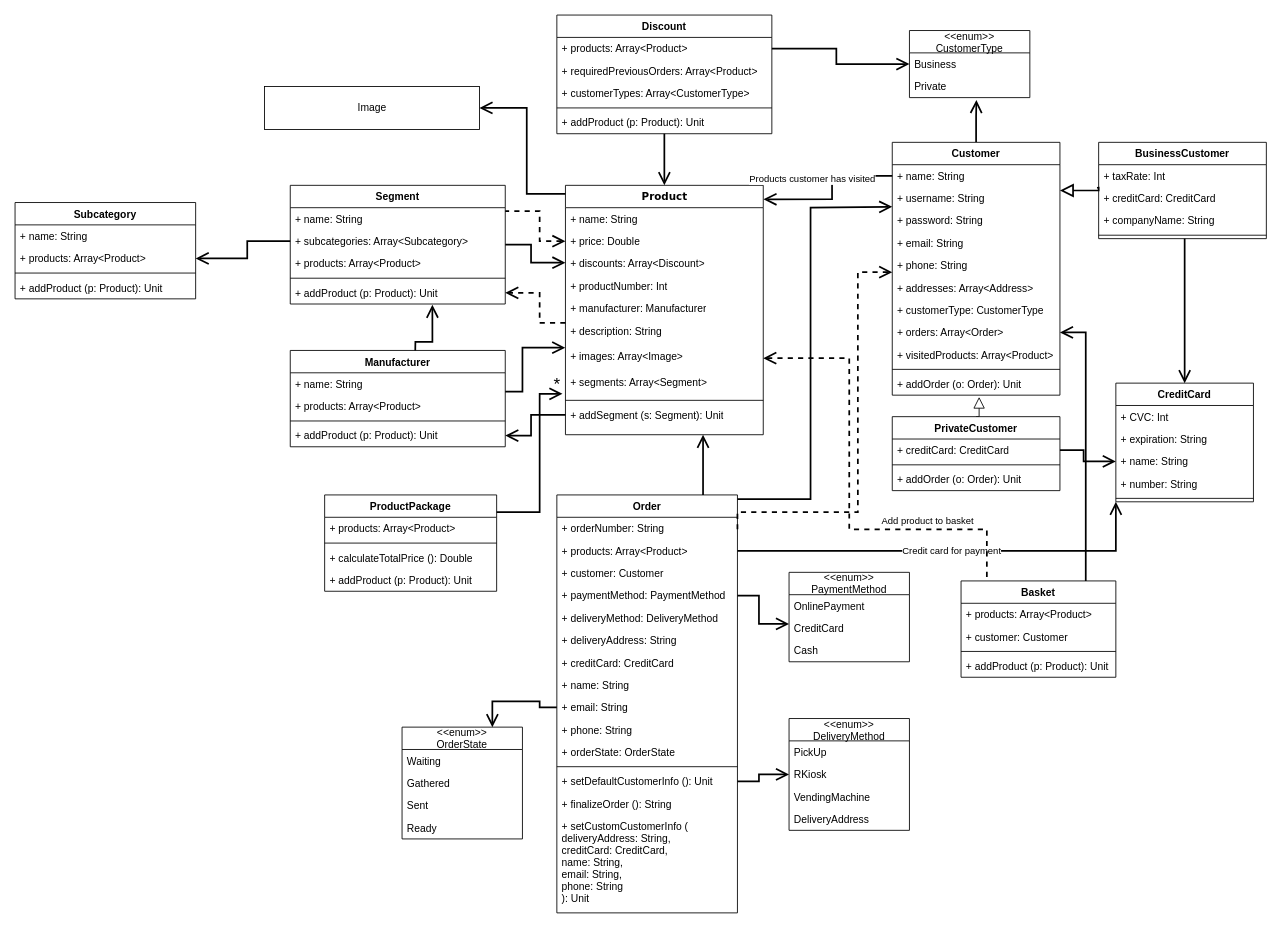
Before: UMLFinal.drawio in olliglorioso/datasets, a draw.io diagram. Source tidied: cells renumbered, new cells numbered last; positions are measured from the earlier drawing's top-left corner, leaving out a move shared by most shapes. Both pictures are drawn from the tidied source at 86%, with x=0, y=0 at pixel (15, 15).
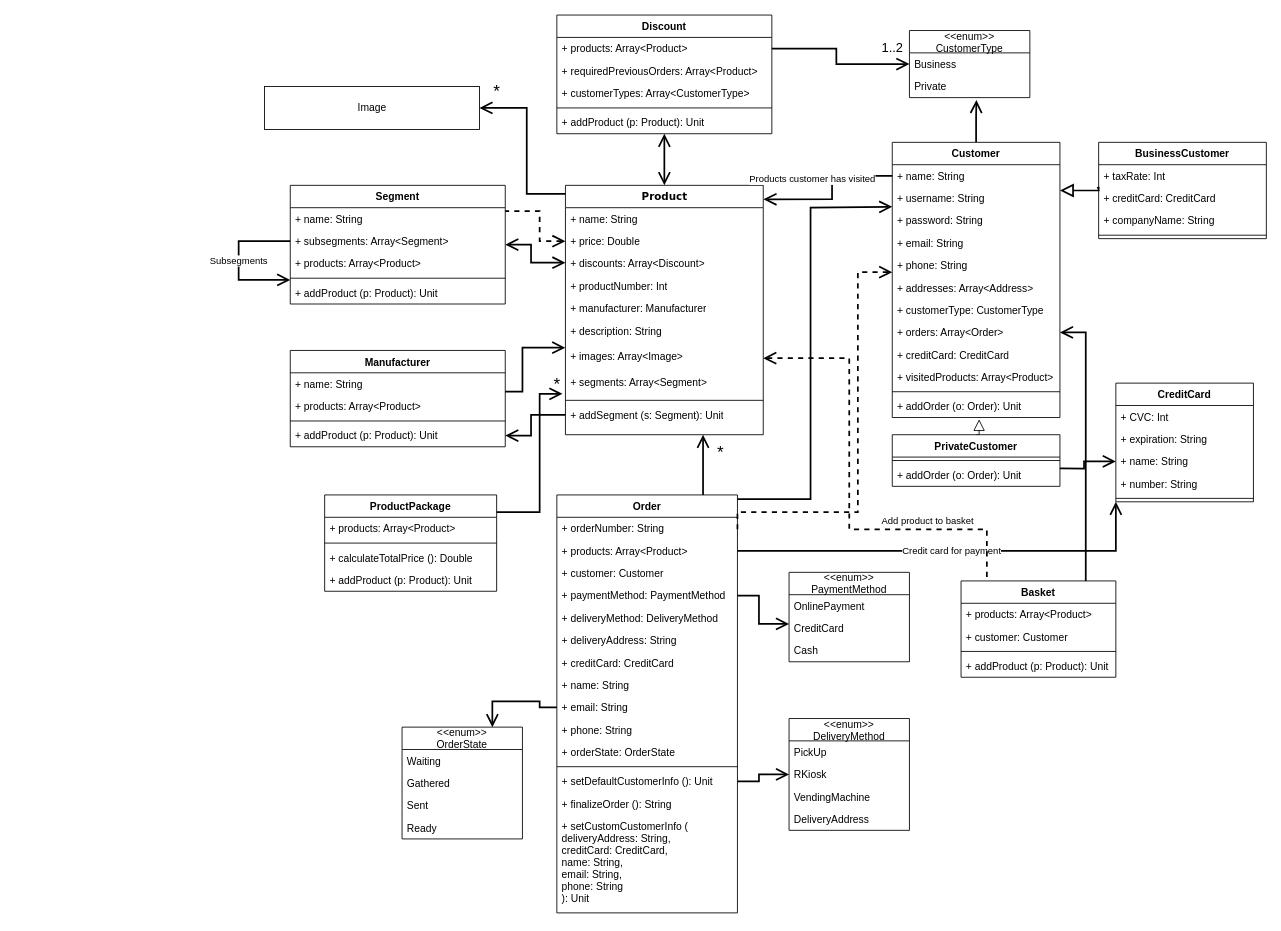
Above is the later version.

Unchanged cells that the change refers to:
```xml
<mxCell id="3" value="Product" style="swimlane;html=1;fontStyle=1;align=center;verticalAlign=top;horizontal=1;startSize=26;swimlaneFillColor=#ffffff;rounded=0;shadow=0;comic=0;labelBackgroundColor=none;strokeWidth=1;fillColor=none;fontFamily=Verdana;fontSize=12;" parent="1" vertex="1">
  <mxGeometry x="640" y="198" width="230" height="290" as="geometry" />
</mxCell>
<mxCell id="9" value="+ description: String" style="text;html=1;strokeColor=none;fillColor=none;align=left;verticalAlign=top;spacingLeft=4;spacingRight=4;whiteSpace=wrap;overflow=hidden;points=[[0,0.5],[1,0.5]];portConstraint=eastwest;" parent="3" vertex="1">
  <mxGeometry y="156" width="230" height="30" as="geometry" />
</mxCell>
<mxCell id="15" value="Order" style="swimlane;fontStyle=1;align=center;verticalAlign=top;horizontal=1;startSize=26;" parent="1" vertex="1">
  <mxGeometry x="630" y="558" width="210" height="486" as="geometry" />
</mxCell>
<mxCell id="47" value="Segment" style="swimlane;fontStyle=1;align=center;verticalAlign=top;horizontal=1;startSize=26;" parent="1" vertex="1">
  <mxGeometry x="320" y="198" width="250" height="138" as="geometry" />
</mxCell>
<mxCell id="52" value="+ addProduct (p: Product): Unit" style="text;strokeColor=none;fillColor=none;align=left;verticalAlign=top;spacingLeft=4;spacingRight=4;overflow=hidden;points=[[0,0.5],[1,0.5]];portConstraint=eastwest;" parent="47" vertex="1">
  <mxGeometry y="112" width="250" height="26" as="geometry" />
</mxCell>
<mxCell id="73" value="BusinessCustomer" style="swimlane;fontStyle=1;align=center;verticalAlign=top;horizontal=1;startSize=26;" parent="1" vertex="1">
  <mxGeometry x="1260" y="148" width="195" height="112" as="geometry" />
</mxCell>
<mxCell id="80" value="Discount" style="swimlane;fontStyle=1;align=center;verticalAlign=top;horizontal=1;startSize=26;" parent="1" vertex="1">
  <mxGeometry x="630" width="250" height="138" as="geometry" />
</mxCell>
<mxCell id="81" value="+ products: Array&lt;Product&gt;" style="text;strokeColor=none;fillColor=none;align=left;verticalAlign=top;spacingLeft=4;spacingRight=4;overflow=hidden;points=[[0,0.5],[1,0.5]];portConstraint=eastwest;" parent="80" vertex="1">
  <mxGeometry y="26" width="250" height="26" as="geometry" />
</mxCell>
<mxCell id="87" value="Business" style="text;strokeColor=none;fillColor=none;align=left;verticalAlign=top;spacingLeft=4;spacingRight=4;overflow=hidden;points=[[0,0.5],[1,0.5]];portConstraint=eastwest;" parent="86" vertex="1">
  <mxGeometry y="26" width="140" height="26" as="geometry" />
</mxCell>
<mxCell id="104" value="CreditCard" style="swimlane;fontStyle=1;align=center;verticalAlign=top;horizontal=1;startSize=26;" parent="1" vertex="1">
  <mxGeometry x="1280" y="428" width="160" height="138" as="geometry" />
</mxCell>
<mxCell id="107" value="+ name: String" style="text;strokeColor=none;fillColor=none;align=left;verticalAlign=top;spacingLeft=4;spacingRight=4;overflow=hidden;points=[[0,0.5],[1,0.5]];portConstraint=eastwest;" parent="104" vertex="1">
  <mxGeometry y="78" width="160" height="26" as="geometry" />
</mxCell>
<mxCell id="110" value="Image" style="html=1;" parent="1" vertex="1">
  <mxGeometry x="290" y="83" width="250" height="50" as="geometry" />
</mxCell>
```

Change to the diagram source:
```diff
@@
-    <mxCell id="2" style="edgeStyle=orthogonalEdgeStyle;rounded=0;jettySize=auto;html=1;entryX=1;entryY=0.5;entryDx=0;entryDy=0;strokeWidth=2;endArrow=open;endFill=0;startSize=11;endSize=11;" parent="1" edge="1" source="3" target="110">
-      <mxGeometry relative="1" as="geometry">
+    <mxCell id="2" value="*" style="edgeStyle=orthogonalEdgeStyle;rounded=0;jettySize=auto;html=1;entryX=1;entryY=0.5;entryDx=0;entryDy=0;strokeWidth=2;endArrow=open;endFill=0;startSize=11;endSize=11;fontSize=20;" parent="1" edge="1" source="3" target="110">
+      <mxGeometry x="0.8" y="-20" relative="1" as="geometry">
         <Array as="points">
           <mxPoint x="595" y="208" />
           <mxPoint x="595" y="108" />
         </Array>
       </mxGeometry>
     </mxCell>
@@
-    <mxCell id="14" style="edgeStyle=orthogonalEdgeStyle;rounded=0;jettySize=auto;html=1;startArrow=none;startFill=0;endArrow=open;endFill=0;endSize=11;startSize=11;strokeWidth=2;" parent="1" edge="1" source="15">
-      <mxGeometry relative="1" as="geometry">
+    <mxCell id="14" value="*" style="edgeStyle=orthogonalEdgeStyle;rounded=0;jettySize=auto;html=1;startArrow=none;startFill=0;endArrow=open;endFill=0;endSize=11;startSize=11;strokeWidth=2;fontSize=20;" parent="1" edge="1" source="15">
+      <mxGeometry x="0.43" y="-20" relative="1" as="geometry">
         <mxPoint x="800" y="488" as="targetPoint" />
         <Array as="points">
           <mxPoint x="800" y="538" />
           <mxPoint x="800" y="538" />
         </Array>
       </mxGeometry>
     </mxCell>
@@
     <mxCell id="32" value="Customer" style="swimlane;fontStyle=1;align=center;verticalAlign=top;horizontal=1;startSize=26;" parent="1" vertex="1">
-      <mxGeometry x="1020" y="148" width="195" height="294" as="geometry" />
+      <mxGeometry x="1020" y="148" width="195" height="320" as="geometry" />
     </mxCell>
@@
+    <mxCell id="69" value="+ creditCard: CreditCard" style="text;html=1;strokeColor=none;fillColor=none;align=left;verticalAlign=top;spacingLeft=4;spacingRight=4;whiteSpace=wrap;overflow=hidden;points=[[0,0.5],[1,0.5]];portConstraint=eastwest;" parent="32" vertex="1">
+      <mxGeometry y="234" width="195" height="26" as="geometry" />
+    </mxCell>
     <mxCell id="41" value="+ visitedProducts: Array&amp;lt;Product&amp;gt;" style="text;html=1;strokeColor=none;fillColor=none;align=left;verticalAlign=top;spacingLeft=4;spacingRight=4;whiteSpace=wrap;overflow=hidden;" parent="32" vertex="1">
-      <mxGeometry y="234" width="195" height="26" as="geometry" />
+      <mxGeometry y="260" width="195" height="26" as="geometry" />
     </mxCell>
     <mxCell id="42" style="line;strokeWidth=1;fillColor=none;align=left;verticalAlign=middle;spacingTop=-1;spacingLeft=3;spacingRight=3;labelPosition=right;strokeColor=inherit;" parent="32" vertex="1">
-      <mxGeometry y="260" width="195" height="8" as="geometry" />
+      <mxGeometry y="286" width="195" height="8" as="geometry" />
     </mxCell>
     <mxCell id="43" value="+ addOrder (o: Order): Unit" style="text;strokeColor=none;fillColor=none;align=left;verticalAlign=top;spacingLeft=4;spacingRight=4;overflow=hidden;points=[[0,0.5],[1,0.5]];portConstraint=eastwest;" parent="32" vertex="1">
-      <mxGeometry y="268" width="195" height="26" as="geometry" />
+      <mxGeometry y="294" width="195" height="26" as="geometry" />
     </mxCell>
@@
-    <mxCell id="45" style="edgeStyle=orthogonalEdgeStyle;rounded=0;jettySize=auto;html=1;strokeWidth=2;startArrow=none;startFill=0;endArrow=open;endFill=0;startSize=11;endSize=11;entryX=0.661;entryY=1.029;entryDx=0;entryDy=0;entryPerimeter=0;" parent="1" edge="1" target="52">
-      <mxGeometry relative="1" as="geometry">
-        <mxPoint x="465" y="414" as="sourcePoint" />
-      </mxGeometry>
-    </mxCell>
-    <mxCell id="46" style="edgeStyle=orthogonalEdgeStyle;rounded=0;jettySize=auto;html=1;startArrow=none;startFill=0;endArrow=open;endFill=0;endSize=11;startSize=11;strokeWidth=2;" parent="1" edge="1" source="47">
+    <mxCell id="46" style="edgeStyle=orthogonalEdgeStyle;rounded=0;jettySize=auto;html=1;startArrow=open;startFill=0;endArrow=open;endFill=0;endSize=11;startSize=11;strokeWidth=2;" parent="1" edge="1" source="47">
       <mxGeometry relative="1" as="geometry">
         <mxPoint x="640" y="288" as="targetPoint" />
         <Array as="points">
           <mxPoint x="600" y="267" />
           <mxPoint x="600" y="288" />
           <mxPoint x="640" y="288" />
         </Array>
       </mxGeometry>
     </mxCell>
@@
-    <mxCell id="49" value="+ subcategories: Array&lt;Subcategory&gt;" style="text;strokeColor=none;fillColor=none;align=left;verticalAlign=top;spacingLeft=4;spacingRight=4;overflow=hidden;points=[[0,0.5],[1,0.5]];portConstraint=eastwest;" parent="47" vertex="1">
+    <mxCell id="49" value="+ subsegments: Array&lt;Segment&gt;" style="text;strokeColor=none;fillColor=none;align=left;verticalAlign=top;spacingLeft=4;spacingRight=4;overflow=hidden;points=[[0,0.5],[1,0.5]];portConstraint=eastwest;" parent="47" vertex="1">
       <mxGeometry y="52" width="250" height="26" as="geometry" />
     </mxCell>
@@
-    <mxCell id="53" style="edgeStyle=orthogonalEdgeStyle;rounded=0;jettySize=auto;html=1;dashed=1;startArrow=none;startFill=0;endArrow=open;endFill=0;endSize=11;startSize=11;strokeWidth=2;" parent="1" edge="1" source="9">
-      <mxGeometry relative="1" as="geometry">
-        <mxPoint x="570" y="323" as="targetPoint" />
-        <Array as="points">
-          <mxPoint x="610" y="358" />
-          <mxPoint x="610" y="323" />
-        </Array>
-      </mxGeometry>
-    </mxCell>
+    <mxCell id="118" value="Subsegments" style="edgeStyle=orthogonalEdgeStyle;rounded=0;jettySize=auto;html=1;exitX=0;exitY=0.5;exitDx=0;exitDy=0;entryX=0;entryY=-0.077;entryDx=0;entryDy=0;strokeWidth=2;endSize=11;startSize=11;endArrow=open;endFill=0;entryPerimeter=0;" parent="47" edge="1" source="49" target="52">
+      <mxGeometry relative="1" as="geometry">
+        <Array as="points">
+          <mxPoint x="-60" y="65" />
+          <mxPoint x="-60" y="110" />
+        </Array>
+      </mxGeometry>
+    </mxCell>
@@
     <mxCell id="68" value="PrivateCustomer" style="swimlane;fontStyle=1;align=center;verticalAlign=top;horizontal=1;startSize=26;" parent="1" vertex="1">
-      <mxGeometry x="1020" y="467" width="195" height="86" as="geometry" />
+      <mxGeometry x="1020" y="488" width="195" height="60" as="geometry" />
     </mxCell>
-    <mxCell id="69" value="+ creditCard: CreditCard" style="text;html=1;strokeColor=none;fillColor=none;align=left;verticalAlign=top;spacingLeft=4;spacingRight=4;whiteSpace=wrap;overflow=hidden;points=[[0,0.5],[1,0.5]];portConstraint=eastwest;" parent="68" vertex="1">
-      <mxGeometry y="26" width="195" height="26" as="geometry" />
-    </mxCell>
     <mxCell id="70" style="line;strokeWidth=1;fillColor=none;align=left;verticalAlign=middle;spacingTop=-1;spacingLeft=3;spacingRight=3;labelPosition=right;strokeColor=inherit;" parent="68" vertex="1">
-      <mxGeometry y="52" width="195" height="8" as="geometry" />
+      <mxGeometry y="26" width="195" height="8" as="geometry" />
     </mxCell>
     <mxCell id="71" value="+ addOrder (o: Order): Unit" style="text;strokeColor=none;fillColor=none;align=left;verticalAlign=top;spacingLeft=4;spacingRight=4;overflow=hidden;" parent="68" vertex="1">
-      <mxGeometry y="60" width="195" height="26" as="geometry" />
+      <mxGeometry y="34" width="195" height="26" as="geometry" />
     </mxCell>
-    <mxCell id="72" style="edgeStyle=orthogonalEdgeStyle;rounded=0;jettySize=auto;html=1;entryX=0.5;entryY=0;entryDx=0;entryDy=0;strokeWidth=2;endSize=11;startSize=11;endArrow=open;endFill=0;" parent="1" edge="1" source="73" target="104">
-      <mxGeometry relative="1" as="geometry">
-        <Array as="points">
-          <mxPoint x="1360" y="408" />
-          <mxPoint x="1360" y="408" />
-        </Array>
-      </mxGeometry>
-    </mxCell>
@@
-    <mxCell id="79" style="edgeStyle=orthogonalEdgeStyle;rounded=0;jettySize=auto;html=1;entryX=0.5;entryY=0;entryDx=0;entryDy=0;strokeWidth=2;endArrow=open;endFill=0;startSize=11;endSize=11;" parent="1" edge="1" source="80" target="3">
+    <mxCell id="79" style="edgeStyle=orthogonalEdgeStyle;rounded=0;jettySize=auto;html=1;entryX=0.5;entryY=0;entryDx=0;entryDy=0;strokeWidth=2;endArrow=open;endFill=0;startSize=11;endSize=11;startArrow=open;startFill=0;" parent="1" edge="1" source="80" target="3">
       <mxGeometry relative="1" as="geometry" />
     </mxCell>
@@
-    <mxCell id="89" style="edgeStyle=orthogonalEdgeStyle;rounded=0;jettySize=auto;html=1;entryX=0;entryY=0.5;entryDx=0;entryDy=0;endSize=11;startSize=11;endArrow=open;endFill=0;strokeWidth=2;" parent="1" edge="1" source="81" target="87">
-      <mxGeometry relative="1" as="geometry" />
+    <mxCell id="89" value="1..2" style="edgeStyle=orthogonalEdgeStyle;rounded=0;jettySize=auto;html=1;entryX=0;entryY=0.5;entryDx=0;entryDy=0;endSize=11;startSize=11;endArrow=open;endFill=0;strokeWidth=2;fontSize=15;" parent="1" edge="1" source="81" target="87">
+      <mxGeometry x="0.78" y="19" relative="1" as="geometry" />
     </mxCell>
@@
-    <mxCell id="103" style="edgeStyle=orthogonalEdgeStyle;rounded=0;jettySize=auto;html=1;strokeWidth=2;endArrow=open;endFill=0;entryX=0;entryY=0.5;entryDx=0;entryDy=0;endSize=11;startSize=11;" parent="1" edge="1" source="69" target="107">
-      <mxGeometry relative="1" as="geometry" />
+    <mxCell id="103" style="edgeStyle=orthogonalEdgeStyle;rounded=0;jettySize=auto;html=1;strokeWidth=2;endArrow=open;endFill=0;entryX=0;entryY=0.5;entryDx=0;entryDy=0;endSize=11;startSize=11;" parent="1" edge="1" target="107">
+      <mxGeometry relative="1" as="geometry">
+        <mxPoint x="1215" y="527" as="sourcePoint" />
+      </mxGeometry>
     </mxCell>
@@
-    <mxCell id="113" value="Subcategory" style="swimlane;fontStyle=1;align=center;verticalAlign=top;horizontal=1;startSize=26;" parent="1" vertex="1">
-      <mxGeometry y="218" width="210" height="112" as="geometry" />
-    </mxCell>
-    <mxCell id="114" value="+ name: String" style="text;strokeColor=none;fillColor=none;align=left;verticalAlign=top;spacingLeft=4;spacingRight=4;overflow=hidden;" parent="113" vertex="1">
-      <mxGeometry y="26" width="210" height="26" as="geometry" />
-    </mxCell>
-    <mxCell id="115" value="+ products: Array&lt;Product&gt;" style="text;strokeColor=none;fillColor=none;align=left;verticalAlign=top;spacingLeft=4;spacingRight=4;overflow=hidden;points=[[0,0.5],[1,0.5]];portConstraint=eastwest;" parent="113" vertex="1">
-      <mxGeometry y="52" width="210" height="26" as="geometry" />
-    </mxCell>
-    <mxCell id="116" style="line;strokeWidth=1;fillColor=none;align=left;verticalAlign=middle;spacingTop=-1;spacingLeft=3;spacingRight=3;labelPosition=right;strokeColor=inherit;" parent="113" vertex="1">
-      <mxGeometry y="78" width="210" height="8" as="geometry" />
-    </mxCell>
-    <mxCell id="117" value="+ addProduct (p: Product): Unit" style="text;strokeColor=none;fillColor=none;align=left;verticalAlign=top;spacingLeft=4;spacingRight=4;overflow=hidden;" parent="113" vertex="1">
-      <mxGeometry y="86" width="210" height="26" as="geometry" />
-    </mxCell>
-    <mxCell id="118" style="edgeStyle=orthogonalEdgeStyle;rounded=0;jettySize=auto;html=1;exitX=0;exitY=0.5;exitDx=0;exitDy=0;entryX=1;entryY=0.5;entryDx=0;entryDy=0;strokeWidth=2;endSize=11;startSize=11;endArrow=open;endFill=0;" parent="1" edge="1" source="49" target="115">
-      <mxGeometry relative="1" as="geometry" />
-    </mxCell>
```
